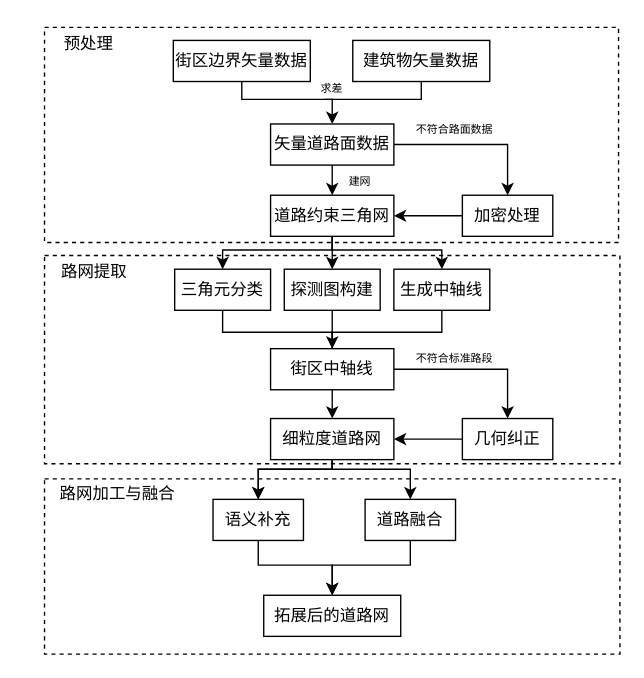
glancccc/CS-Books keeps this draw.io diagram as page "Page-1" (1 of 2) of Untitled Diagram.drawio. Above is the earlier version. Source tidied: cells renumbered, new cells numbered last; positions are measured from the earlier drawing's top-left corner, leaving out a move shared by most shapes. Both pictures are drawn from the tidied source at 137%, with x=0, y=0 at pixel (23, 22).
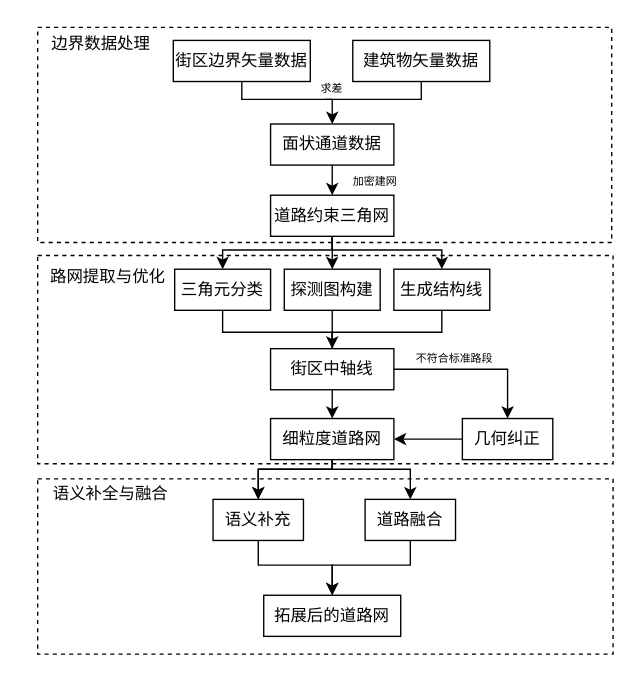
The same diagram, later.

Unchanged cells that the change refers to:
```xml
<mxCell id="7" value="道路约束三角网" style="rounded=0;whiteSpace=wrap;html=1;fontSize=12;glass=0;strokeWidth=1;shadow=0;" parent="1" vertex="1">
  <mxGeometry x="180" y="126" width="90" height="30" as="geometry" />
</mxCell>
```

The edit, as a diff of the source:
```diff
@@
     <mxCell id="2" style="rounded=0;whiteSpace=wrap;html=1;dashed=1;" parent="1" vertex="1">
-      <mxGeometry x="15" y="333" width="420" height="128" as="geometry" />
+      <mxGeometry x="10" y="333" width="420" height="128" as="geometry" />
     </mxCell>
     <mxCell id="3" style="rounded=0;whiteSpace=wrap;html=1;dashed=1;" parent="1" vertex="1">
-      <mxGeometry x="15" y="170" width="420" height="152" as="geometry" />
+      <mxGeometry x="10" y="170" width="420" height="152" as="geometry" />
     </mxCell>
     <mxCell id="4" style="rounded=0;whiteSpace=wrap;html=1;dashed=1;" parent="1" vertex="1">
-      <mxGeometry x="15" y="3.5" width="419" height="157" as="geometry" />
+      <mxGeometry x="10" y="3.5" width="419" height="157" as="geometry" />
     </mxCell>
@@
-    <mxCell id="6" value="矢量道路面数据" style="rounded=0;whiteSpace=wrap;html=1;fontSize=12;glass=0;strokeWidth=1;shadow=0;" parent="1" vertex="1">
+    <mxCell id="6" value="面状通道数据" style="rounded=0;whiteSpace=wrap;html=1;fontSize=12;glass=0;strokeWidth=1;shadow=0;" parent="1" vertex="1">
       <mxGeometry x="180" y="74" width="90" height="30" as="geometry" />
     </mxCell>
@@
-    <mxCell id="10" value="生成中轴线" style="rounded=0;whiteSpace=wrap;html=1;fontSize=12;glass=0;strokeWidth=1;shadow=0;" parent="1" vertex="1">
+    <mxCell id="10" value="生成结构线" style="rounded=0;whiteSpace=wrap;html=1;fontSize=12;glass=0;strokeWidth=1;shadow=0;" parent="1" vertex="1">
       <mxGeometry x="270" y="180" width="70" height="30" as="geometry" />
     </mxCell>
@@
-    <mxCell id="35" value="建网" style="text;html=1;align=center;verticalAlign=middle;strokeColor=none;fillColor=none;fontSize=8;" parent="1" vertex="1">
-      <mxGeometry x="220" y="101" width="50" height="30" as="geometry" />
+    <mxCell id="35" value="加密建网" style="text;html=1;align=center;verticalAlign=middle;strokeColor=none;fillColor=none;fontSize=8;" parent="1" vertex="1">
+      <mxGeometry x="221" y="101" width="70" height="30" as="geometry" />
     </mxCell>
@@
-    <mxCell id="38" style="endArrow=classic;html=1;rounded=0;exitX=1;exitY=0.5;exitDx=0;exitDy=0;entryX=0.5;entryY=0;entryDx=0;entryDy=0;" parent="1" edge="1" source="6" target="39">
-      <mxGeometry relative="1" as="geometry">
-        <Array as="points">
-          <mxPoint x="353" y="89" />
-        </Array>
-      </mxGeometry>
-    </mxCell>
-    <mxCell id="39" value="加密处理" style="rounded=0;whiteSpace=wrap;html=1;fontSize=12;glass=0;strokeWidth=1;shadow=0;" parent="1" vertex="1">
-      <mxGeometry x="320" y="126" width="66" height="30" as="geometry" />
-    </mxCell>
-    <mxCell id="40" style="endArrow=classic;html=1;rounded=0;exitX=0;exitY=0.5;exitDx=0;exitDy=0;entryX=1;entryY=0.5;entryDx=0;entryDy=0;" parent="1" edge="1" source="39" target="7">
-      <mxGeometry relative="1" as="geometry" />
-    </mxCell>
-    <mxCell id="41" value="不符合路面数据" style="text;html=1;align=center;verticalAlign=middle;strokeColor=none;fillColor=none;fontSize=8;" parent="1" vertex="1">
-      <mxGeometry x="259" y="63" width="110" height="30" as="geometry" />
-    </mxCell>
-    <mxCell id="42" value="预处理" style="text;html=1;strokeColor=none;fillColor=none;align=center;verticalAlign=middle;whiteSpace=wrap;rounded=0;dashed=1;" parent="1" vertex="1">
-      <mxGeometry y="0.5" width="95" height="30" as="geometry" />
+    <mxCell id="42" value="边界数据处理" style="text;html=1;strokeColor=none;fillColor=none;align=center;verticalAlign=middle;whiteSpace=wrap;rounded=0;dashed=1;" parent="1" vertex="1">
+      <mxGeometry x="9" y="0.5" width="95" height="30" as="geometry" />
     </mxCell>
-    <mxCell id="43" value="路网提取" style="text;html=1;strokeColor=none;fillColor=none;align=center;verticalAlign=middle;whiteSpace=wrap;rounded=0;dashed=1;" parent="1" vertex="1">
-      <mxGeometry x="4" y="167" width="95" height="30" as="geometry" />
+    <mxCell id="43" value="路网提取与优化" style="text;html=1;strokeColor=none;fillColor=none;align=center;verticalAlign=middle;whiteSpace=wrap;rounded=0;dashed=1;" parent="1" vertex="1">
+      <mxGeometry x="14" y="171" width="95" height="30" as="geometry" />
     </mxCell>
-    <mxCell id="44" value="路网加工与融合" style="text;html=1;strokeColor=none;fillColor=none;align=center;verticalAlign=middle;whiteSpace=wrap;rounded=0;dashed=1;" parent="1" vertex="1">
-      <mxGeometry x="21" y="329" width="95" height="30" as="geometry" />
+    <mxCell id="44" value="语义补全与融合" style="text;html=1;strokeColor=none;fillColor=none;align=center;verticalAlign=middle;whiteSpace=wrap;rounded=0;dashed=1;" parent="1" vertex="1">
+      <mxGeometry x="16" y="329" width="95" height="30" as="geometry" />
     </mxCell>
```
